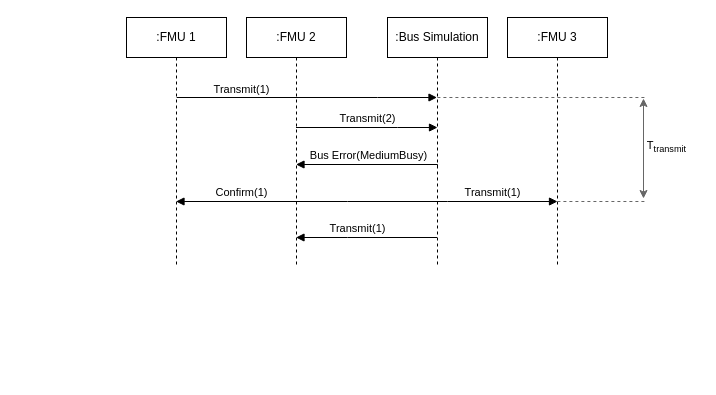
Earlier version of the draw.io diagram docs/images/ethernet_transmit_collision_avoided.drawio (modelica/fmi-ls-bus). Source tidied: cells renumbered, new cells numbered last; positions are measured from the earlier drawing's top-left corner, leaving out a move shared by most shapes. Both pictures are drawn from the tidied source at 100%, with x=0, y=0 at pixel (126, 17).
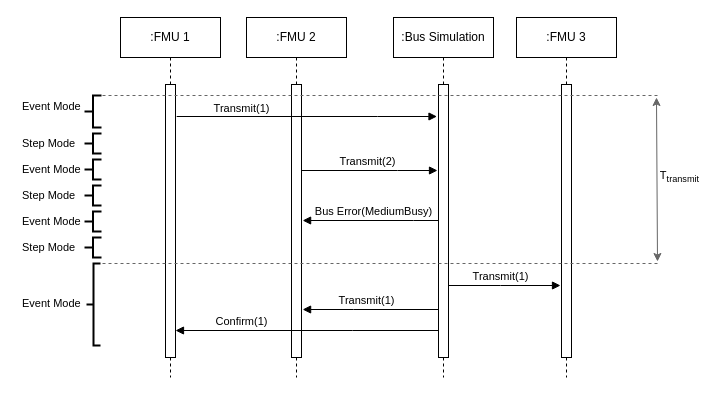
After the change.

Commit message (it also covers changes not shown here):
Reworking Ethernet seq. diagrams

What changed in the source:
```diff
@@
     <mxCell id="2" value=":FMU 1" style="shape=umlLifeline;perimeter=lifelinePerimeter;whiteSpace=wrap;html=1;outlineConnect=0;portConstraint=eastwest;newEdgeStyle={&quot;edgeStyle&quot;:&quot;elbowEdgeStyle&quot;,&quot;elbow&quot;:&quot;vertical&quot;,&quot;curved&quot;:0,&quot;rounded&quot;:0};" parent="1" vertex="1">
-      <mxGeometry width="100" height="250" as="geometry" />
+      <mxGeometry x="-6" width="100" height="360" as="geometry" />
     </mxCell>
     <mxCell id="3" value=":Bus Simulation" style="shape=umlLifeline;perimeter=lifelinePerimeter;whiteSpace=wrap;html=1;outlineConnect=0;portConstraint=eastwest;newEdgeStyle={&quot;edgeStyle&quot;:&quot;elbowEdgeStyle&quot;,&quot;elbow&quot;:&quot;vertical&quot;,&quot;curved&quot;:0,&quot;rounded&quot;:0};" parent="1" vertex="1">
-      <mxGeometry x="261" width="100" height="250" as="geometry" />
+      <mxGeometry x="267" width="100" height="360" as="geometry" />
     </mxCell>
     <mxCell id="4" value=":FMU 3" style="shape=umlLifeline;perimeter=lifelinePerimeter;whiteSpace=wrap;html=1;newEdgeStyle={&quot;edgeStyle&quot;:&quot;elbowEdgeStyle&quot;,&quot;elbow&quot;:&quot;vertical&quot;,&quot;curved&quot;:0,&quot;rounded&quot;:0};" parent="1" vertex="1">
-      <mxGeometry x="381" width="100" height="250" as="geometry" />
+      <mxGeometry x="390" width="100" height="360" as="geometry" />
     </mxCell>
-    <mxCell id="5" value="Transmit(1)" style="html=1;verticalAlign=bottom;endArrow=block;edgeStyle=elbowEdgeStyle;elbow=vertical;curved=0;rounded=0;" parent="1" edge="1">
-      <mxGeometry x="-0.5" y="-1" relative="1" as="geometry">
-        <mxPoint x="50.2" y="80" as="sourcePoint" />
-        <mxPoint x="310.5" y="80" as="targetPoint" />
-        <Array as="points">
-          <mxPoint x="251" y="80" />
-          <mxPoint x="271" y="80" />
-          <mxPoint x="131" y="80" />
-        </Array>
-      </mxGeometry>
-    </mxCell>
-    <mxCell id="6" value="Transmit(1)" style="html=1;verticalAlign=bottom;endArrow=block;edgeStyle=elbowEdgeStyle;elbow=vertical;curved=0;rounded=0;" parent="1" edge="1">
+    <mxCell id="6" value="Transmit(1)" style="html=1;verticalAlign=bottom;endArrow=block;edgeStyle=elbowEdgeStyle;elbow=vertical;curved=0;rounded=0;exitX=-0.1;exitY=0.665;exitDx=0;exitDy=0;exitPerimeter=0;" parent="1" edge="1">
       <mxGeometry relative="1" as="geometry">
-        <mxPoint x="301" y="184" as="sourcePoint" />
-        <mxPoint x="431" y="184" as="targetPoint" />
-        <Array as="points">
-          <mxPoint x="321" y="184" />
-          <mxPoint x="371" y="184" />
-        </Array>
+        <mxPoint x="314" y="268" as="sourcePoint" />
+        <mxPoint x="434" y="268" as="targetPoint" />
       </mxGeometry>
     </mxCell>
-    <mxCell id="7" value="Confirm(1)" style="html=1;verticalAlign=bottom;endArrow=block;edgeStyle=elbowEdgeStyle;elbow=vertical;curved=0;rounded=0;" parent="1" edge="1" target="2">
-      <mxGeometry x="0.5" relative="1" as="geometry">
-        <mxPoint x="310.5" y="184" as="sourcePoint" />
-        <Array as="points">
-          <mxPoint x="221" y="184" />
-          <mxPoint x="151" y="164" />
-          <mxPoint x="261" y="174" />
-          <mxPoint x="281" y="174" />
-          <mxPoint x="251" y="154" />
-        </Array>
-      </mxGeometry>
-    </mxCell>
     <mxCell id="8" value=":FMU 2" style="shape=umlLifeline;perimeter=lifelinePerimeter;whiteSpace=wrap;html=1;outlineConnect=0;portConstraint=eastwest;newEdgeStyle={&quot;edgeStyle&quot;:&quot;elbowEdgeStyle&quot;,&quot;elbow&quot;:&quot;vertical&quot;,&quot;curved&quot;:0,&quot;rounded&quot;:0};" parent="1" vertex="1">
-      <mxGeometry x="120" width="100" height="250" as="geometry" />
+      <mxGeometry x="120" width="100" height="360" as="geometry" />
     </mxCell>
-    <mxCell id="9" value="Transmit(2)" style="html=1;verticalAlign=bottom;endArrow=block;edgeStyle=elbowEdgeStyle;elbow=vertical;curved=0;rounded=0;" parent="1" edge="1" source="8">
+    <mxCell id="9" value="Transmit(2)" style="html=1;verticalAlign=bottom;endArrow=block;edgeStyle=elbowEdgeStyle;elbow=vertical;curved=0;rounded=0;" parent="1" edge="1">
       <mxGeometry relative="1" as="geometry">
-        <mxPoint x="311" y="110" as="targetPoint" />
+        <mxPoint x="169.7" y="153" as="sourcePoint" />
+        <mxPoint x="311" y="153" as="targetPoint" />
         <Array as="points">
-          <mxPoint x="271" y="110" />
-          <mxPoint x="261" y="100" />
-          <mxPoint x="281" y="100" />
-          <mxPoint x="141" y="100" />
+          <mxPoint x="271" y="153" />
+          <mxPoint x="261" y="143" />
+          <mxPoint x="281" y="143" />
+          <mxPoint x="141" y="143" />
         </Array>
       </mxGeometry>
     </mxCell>
-    <mxCell id="10" value="Bus Error(MediumBusy)" style="html=1;verticalAlign=bottom;endArrow=block;edgeStyle=elbowEdgeStyle;elbow=vertical;curved=0;rounded=0;" parent="1" edge="1" target="8">
+    <mxCell id="10" value="Bus Error(MediumBusy)" style="html=1;verticalAlign=bottom;endArrow=block;edgeStyle=elbowEdgeStyle;elbow=vertical;curved=0;rounded=0;" parent="1" edge="1">
       <mxGeometry x="-0.01" relative="1" as="geometry">
-        <mxPoint x="311" y="150" as="sourcePoint" />
+        <mxPoint x="317" y="203" as="sourcePoint" />
+        <mxPoint x="176.1" y="203" as="targetPoint" />
         <Array as="points">
-          <mxPoint x="281" y="147" />
-          <mxPoint x="271" y="147" />
-          <mxPoint x="291" y="217" />
-          <mxPoint x="271" y="227" />
-          <mxPoint x="151" y="187" />
-          <mxPoint x="261" y="197" />
-          <mxPoint x="281" y="197" />
-          <mxPoint x="251" y="177" />
+          <mxPoint x="287" y="203" />
+          <mxPoint x="277" y="203" />
+          <mxPoint x="297" y="273" />
+          <mxPoint x="277" y="283" />
+          <mxPoint x="157" y="243" />
+          <mxPoint x="267" y="253" />
+          <mxPoint x="287" y="253" />
+          <mxPoint x="257" y="233" />
         </Array>
       </mxGeometry>
     </mxCell>
-    <mxCell id="11" value="Transmit(1)" style="html=1;verticalAlign=bottom;endArrow=block;edgeStyle=elbowEdgeStyle;elbow=vertical;curved=0;rounded=0;" parent="1" edge="1" source="3" target="8">
+    <mxCell id="11" value="Transmit(1)" style="html=1;verticalAlign=bottom;endArrow=block;edgeStyle=elbowEdgeStyle;elbow=vertical;curved=0;rounded=0;" parent="1" edge="1">
       <mxGeometry x="0.14" relative="1" as="geometry">
+        <mxPoint x="322.5" y="292" as="sourcePoint" />
+        <mxPoint x="176.1" y="292" as="targetPoint" />
         <Array as="points">
-          <mxPoint x="221" y="220" />
-          <mxPoint x="251" y="195" />
-          <mxPoint x="251" y="185" />
-          <mxPoint x="271" y="175" />
-          <mxPoint x="231" y="185" />
+          <mxPoint x="227" y="292" />
+          <mxPoint x="257" y="267" />
+          <mxPoint x="257" y="257" />
+          <mxPoint x="277" y="247" />
+          <mxPoint x="237" y="257" />
         </Array>
       </mxGeometry>
     </mxCell>
     <mxCell id="12" value="T&lt;sub&gt;transmit&lt;/sub&gt;" style="endArrow=classic;startArrow=classic;html=1;rounded=0;fillColor=#f5f5f5;strokeColor=#666666;" parent="1" edge="1">
       <mxGeometry x="0.02" y="-23" relative="1" as="geometry">
-        <mxPoint x="517" y="181" as="sourcePoint" />
-        <mxPoint x="517" y="81" as="targetPoint" />
+        <mxPoint x="531" y="244" as="sourcePoint" />
+        <mxPoint x="530" y="80" as="targetPoint" />
       </mxGeometry>
     </mxCell>
+    <mxCell id="15" style="perimeter=orthogonalPerimeter;rounded=0;shadow=0;strokeWidth=1;" parent="1" vertex="1">
+      <mxGeometry x="39" y="67" width="10" height="273" as="geometry" />
+    </mxCell>
+    <mxCell id="16" style="perimeter=orthogonalPerimeter;rounded=0;shadow=0;strokeWidth=1;" parent="1" vertex="1">
+      <mxGeometry x="165" y="67" width="10" height="273" as="geometry" />
+    </mxCell>
+    <mxCell id="17" style="perimeter=orthogonalPerimeter;rounded=0;shadow=0;strokeWidth=1;" parent="1" vertex="1">
+      <mxGeometry x="435" y="67" width="10" height="273" as="geometry" />
+    </mxCell>
+    <mxCell id="5" value="Transmit(1)" style="html=1;verticalAlign=bottom;endArrow=block;edgeStyle=elbowEdgeStyle;elbow=vertical;curved=0;rounded=0;" parent="1" edge="1">
+      <mxGeometry x="-0.5" y="-1" relative="1" as="geometry">
+        <mxPoint x="50.2" y="99" as="sourcePoint" />
+        <mxPoint x="310.5" y="99" as="targetPoint" />
+        <Array as="points">
+          <mxPoint x="251" y="99" />
+          <mxPoint x="271" y="99" />
+          <mxPoint x="131" y="99" />
+        </Array>
+      </mxGeometry>
+    </mxCell>
+    <mxCell id="7" value="Confirm(1)" style="html=1;verticalAlign=bottom;endArrow=block;edgeStyle=elbowEdgeStyle;elbow=vertical;curved=0;rounded=0;" parent="1" edge="1">
+      <mxGeometry x="0.5" relative="1" as="geometry">
+        <mxPoint x="315.4" y="313" as="sourcePoint" />
+        <mxPoint x="49" y="313" as="targetPoint" />
+        <Array as="points">
+          <mxPoint x="225.9" y="313" />
+          <mxPoint x="155.9" y="293" />
+          <mxPoint x="265.9" y="303" />
+          <mxPoint x="285.9" y="303" />
+          <mxPoint x="255.9" y="283" />
+        </Array>
+      </mxGeometry>
+    </mxCell>
+    <mxCell id="18" style="perimeter=orthogonalPerimeter;rounded=0;shadow=0;strokeWidth=1;" parent="1" vertex="1">
+      <mxGeometry x="312" y="67" width="10" height="273" as="geometry" />
+    </mxCell>
+    <mxCell id="19" style="strokeWidth=2;html=1;shape=mxgraph.flowchart.annotation_2;align=left;labelPosition=right;fontSize=11;fillColor=none;" parent="1" vertex="1">
+      <mxGeometry x="-40" y="246" width="14" height="82" as="geometry" />
+    </mxCell>
+    <mxCell id="20" value="Event Mode" style="text;align=left;fontStyle=0;verticalAlign=middle;spacingLeft=3;spacingRight=3;strokeColor=none;fontSize=11;fillColor=none;" parent="1" vertex="1">
+      <mxGeometry x="-109" y="272" width="80" height="26" as="geometry" />
+    </mxCell>
+    <mxCell id="21" style="strokeWidth=2;html=1;shape=mxgraph.flowchart.annotation_2;align=left;labelPosition=right;fontSize=11;fillColor=none;" parent="1" vertex="1">
+      <mxGeometry x="-42" y="142" width="17" height="20" as="geometry" />
+    </mxCell>
+    <mxCell id="22" value="Event Mode" style="text;align=left;fontStyle=0;verticalAlign=middle;spacingLeft=3;spacingRight=3;strokeColor=none;fontSize=11;fillColor=none;" parent="1" vertex="1">
+      <mxGeometry x="-109" y="138" width="80" height="26" as="geometry" />
+    </mxCell>
+    <mxCell id="23" style="strokeWidth=2;html=1;shape=mxgraph.flowchart.annotation_2;align=left;labelPosition=right;fontSize=11;fillColor=none;" parent="1" vertex="1">
+      <mxGeometry x="-42" y="78" width="17" height="32" as="geometry" />
+    </mxCell>
+    <mxCell id="24" value="Event Mode" style="text;align=left;fontStyle=0;verticalAlign=middle;spacingLeft=3;spacingRight=3;strokeColor=none;fontSize=11;fillColor=none;" parent="1" vertex="1">
+      <mxGeometry x="-109" y="75" width="80" height="26" as="geometry" />
+    </mxCell>
+    <mxCell id="25" style="group;" parent="1" vertex="1">
+      <mxGeometry x="-109" y="164" width="84" height="26" as="geometry" />
+    </mxCell>
+    <mxCell id="26" style="strokeWidth=2;html=1;shape=mxgraph.flowchart.annotation_2;align=left;labelPosition=right;fontSize=11;fillColor=none;" parent="25" vertex="1">
+      <mxGeometry x="67" y="4" width="17" height="20" as="geometry" />
+    </mxCell>
+    <mxCell id="27" value="Step Mode" style="text;align=left;fontStyle=0;verticalAlign=middle;spacingLeft=3;spacingRight=3;strokeColor=none;fontSize=11;fillColor=none;" parent="25" vertex="1">
+      <mxGeometry width="80" height="26" as="geometry" />
+    </mxCell>
+    <mxCell id="28" style="group;" parent="1" vertex="1">
+      <mxGeometry x="-109" y="112" width="84" height="26" as="geometry" />
+    </mxCell>
+    <mxCell id="29" style="strokeWidth=2;html=1;shape=mxgraph.flowchart.annotation_2;align=left;labelPosition=right;fontSize=11;fillColor=none;" parent="28" vertex="1">
+      <mxGeometry x="67" y="4" width="17" height="20" as="geometry" />
+    </mxCell>
+    <mxCell id="30" value="Step Mode" style="text;align=left;fontStyle=0;verticalAlign=middle;spacingLeft=3;spacingRight=3;strokeColor=none;fontSize=11;fillColor=none;" parent="28" vertex="1">
+      <mxGeometry width="80" height="26" as="geometry" />
+    </mxCell>
+    <mxCell id="31" style="strokeWidth=2;html=1;shape=mxgraph.flowchart.annotation_2;align=left;labelPosition=right;fontSize=11;fillColor=none;" parent="1" vertex="1">
+      <mxGeometry x="-42" y="194" width="17" height="20" as="geometry" />
+    </mxCell>
+    <mxCell id="32" value="Event Mode" style="text;align=left;fontStyle=0;verticalAlign=middle;spacingLeft=3;spacingRight=3;strokeColor=none;fontSize=11;fillColor=none;" parent="1" vertex="1">
+      <mxGeometry x="-109" y="190" width="80" height="26" as="geometry" />
+    </mxCell>
+    <mxCell id="33" style="group;" parent="1" vertex="1">
+      <mxGeometry x="-109" y="216" width="84" height="26" as="geometry" />
+    </mxCell>
+    <mxCell id="34" style="strokeWidth=2;html=1;shape=mxgraph.flowchart.annotation_2;align=left;labelPosition=right;fontSize=11;fillColor=none;" parent="33" vertex="1">
+      <mxGeometry x="67" y="4" width="17" height="20" as="geometry" />
+    </mxCell>
+    <mxCell id="35" value="Step Mode" style="text;align=left;fontStyle=0;verticalAlign=middle;spacingLeft=3;spacingRight=3;strokeColor=none;fontSize=11;fillColor=none;" parent="33" vertex="1">
+      <mxGeometry width="80" height="26" as="geometry" />
+    </mxCell>
-    <mxCell id="13" style="endArrow=none;dashed=1;html=1;rounded=0;fillColor=#f5f5f5;strokeColor=#666666;" parent="1" edge="1">
+    <mxCell id="13" style="endArrow=none;dashed=1;html=1;rounded=0;fillColor=#f5f5f5;strokeColor=#666666;exitX=1;exitY=0;exitDx=0;exitDy=0;exitPerimeter=0;" parent="1" edge="1">
       <mxGeometry relative="1" as="geometry">
-        <mxPoint x="310.9" y="80" as="sourcePoint" />
-        <mxPoint x="519" y="80" as="targetPoint" />
+        <mxPoint x="-24" y="78" as="sourcePoint" />
+        <mxPoint x="531" y="78" as="targetPoint" />
       </mxGeometry>
     </mxCell>
-    <mxCell id="14" style="endArrow=none;dashed=1;html=1;rounded=0;fillColor=#f5f5f5;strokeColor=#666666;" parent="1" edge="1">
-      <mxGeometry relative="1" as="geometry">
-        <mxPoint x="430.9" y="184" as="sourcePoint" />
-        <mxPoint x="519" y="184" as="targetPoint" />
-      </mxGeometry>
-    </mxCell>
+    <mxCell id="36" style="endArrow=none;dashed=1;html=1;rounded=0;fillColor=#f5f5f5;strokeColor=#666666;exitX=1;exitY=0;exitDx=0;exitDy=0;exitPerimeter=0;" parent="1" edge="1">
+      <mxGeometry relative="1" as="geometry">
+        <mxPoint x="-24" y="246" as="sourcePoint" />
+        <mxPoint x="531" y="246" as="targetPoint" />
+      </mxGeometry>
+    </mxCell>
```
